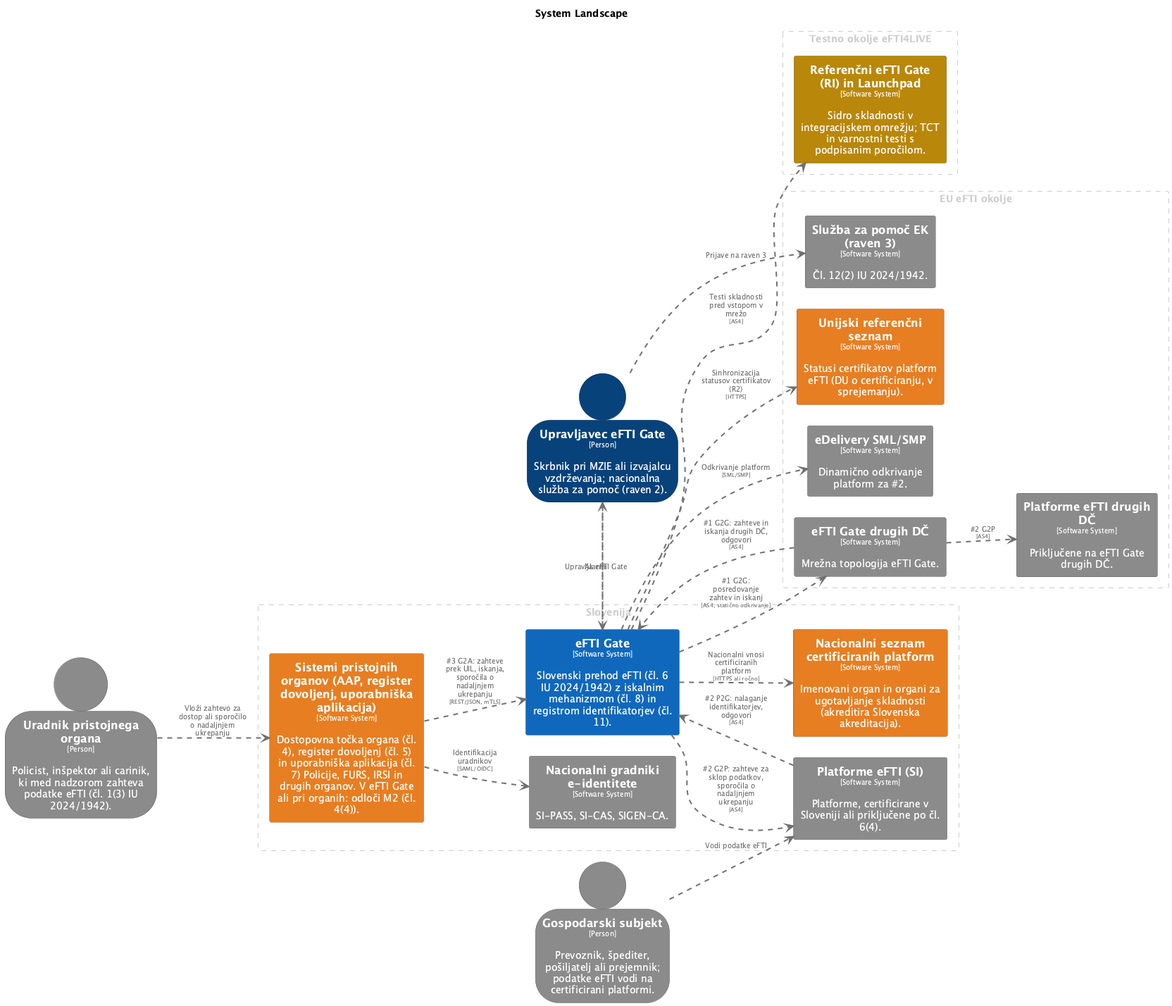
Earlier version of the PlantUML export architecture/diagrams/structurizr-C0-Pokrajina.png (UM-KGPI/eFTI-Gate-SI).
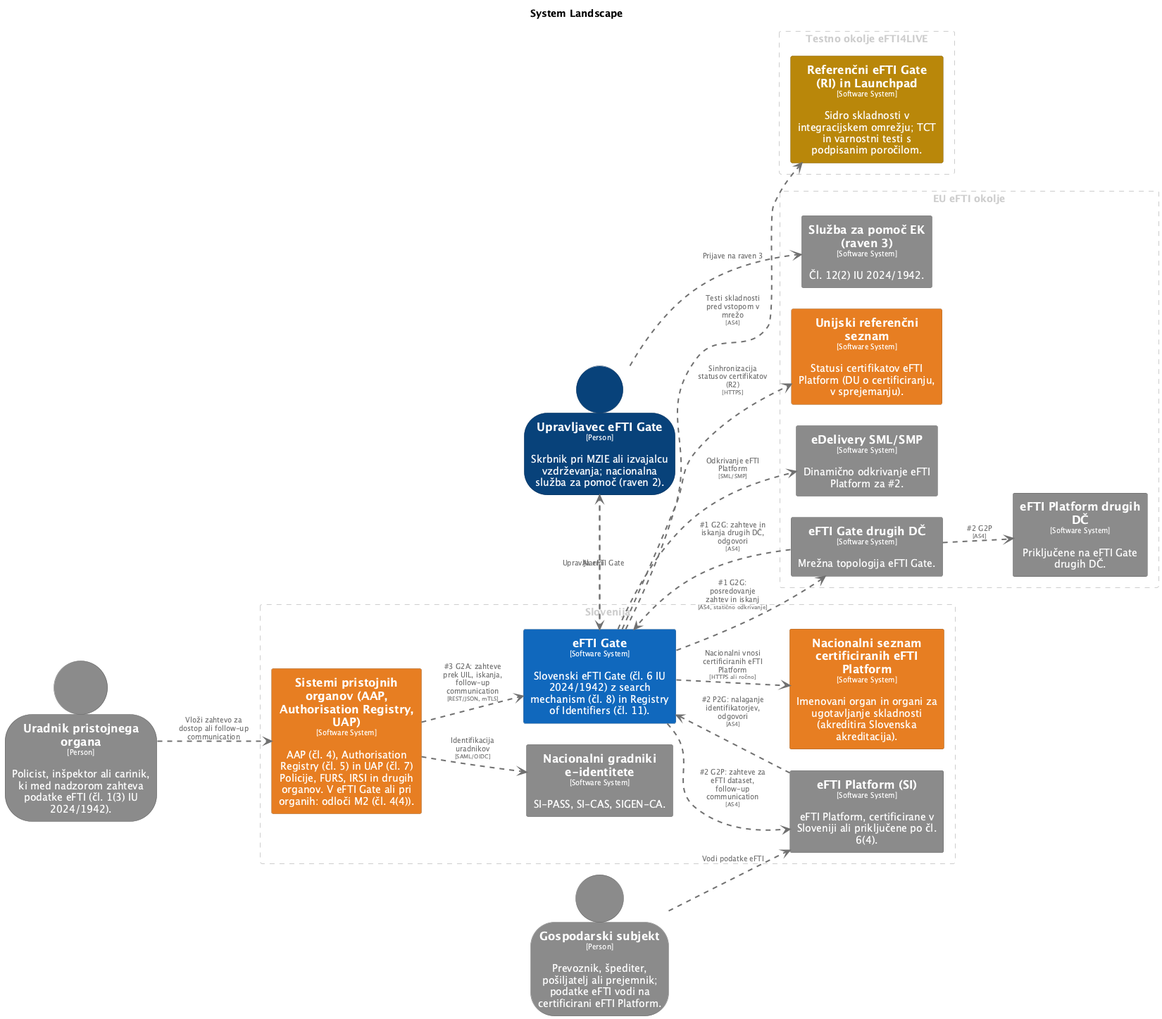
After the change.

The edit, as a diff of the source:
```diff
@@ -27,22 +27,10 @@
   BorderColor #606060
   shadowing false
 }
-skinparam rectangle<<Nacionalniseznamcertificiranihplatform>> {
+skinparam rectangle<<NacionalniseznamcertificiraniheFTIPlatform>> {
   BackgroundColor #e67e22
   FontColor #ffffff
   BorderColor #a15817
-  shadowing false
-}
-skinparam rectangle<<PlatformeeFTISI>> {
-  BackgroundColor #8a8a8a
-  FontColor #ffffff
-  BorderColor #606060
-  shadowing false
-}
-skinparam rectangle<<PlatformeeFTIdrugihDČ>> {
-  BackgroundColor #8a8a8a
-  FontColor #ffffff
-  BorderColor #606060
   shadowing false
 }
 skinparam rectangle<<ReferenčnieFTIGateRIinLaunchpad>> {
@@ -51,7 +39,7 @@
   BorderColor #805d07
   shadowing false
 }
-skinparam rectangle<<SistemipristojnihorganovAAPregisterdovoljenjuporabniškaaplikacija>> {
+skinparam rectangle<<SistemipristojnihorganovAAPAuthorisationRegistryUAP>> {
   BackgroundColor #e67e22
   FontColor #ffffff
   BorderColor #a15817
@@ -99,6 +87,18 @@
   BorderColor #606060
   shadowing false
 }
+skinparam rectangle<<eFTIPlatformSI>> {
+  BackgroundColor #8a8a8a
+  FontColor #ffffff
+  BorderColor #606060
+  shadowing false
+}
+skinparam rectangle<<eFTIPlatformdrugihDČ>> {
+  BackgroundColor #8a8a8a
+  FontColor #ffffff
+  BorderColor #606060
+  shadowing false
+}
 
 rectangle "EU eFTI okolje" <<group1>> as group1 {
   skinparam RectangleBorderColor<<group1>> #cccccc
@@ -106,9 +106,9 @@
   skinparam RectangleBorderStyle<<group1>> dashed
 
   rectangle "==eFTI Gate drugih DČ\n<size:10>[Software System]</size>\n\nMrežna topologija eFTI Gate." <<eFTIGatedrugihDČ>> as eFTIGatedrugihDČ
-  rectangle "==Unijski referenčni seznam\n<size:10>[Software System]</size>\n\nStatusi certifikatov platform eFTI (DU o certificiranju, v sprejemanju)." <<Unijskireferenčniseznam>> as Unijskireferenčniseznam
-  rectangle "==eDelivery SML/SMP\n<size:10>[Software System]</size>\n\nDinamično odkrivanje platform za #2." <<eDeliverySMLSMP>> as eDeliverySMLSMP
-  rectangle "==Platforme eFTI drugih DČ\n<size:10>[Software System]</size>\n\nPriključene na eFTI Gate drugih DČ." <<PlatformeeFTIdrugihDČ>> as PlatformeeFTIdrugihDČ
+  rectangle "==Unijski referenčni seznam\n<size:10>[Software System]</size>\n\nStatusi certifikatov eFTI Platform (DU o certificiranju, v sprejemanju)." <<Unijskireferenčniseznam>> as Unijskireferenčniseznam
+  rectangle "==eDelivery SML/SMP\n<size:10>[Software System]</size>\n\nDinamično odkrivanje eFTI Platform za #2." <<eDeliverySMLSMP>> as eDeliverySMLSMP
+  rectangle "==eFTI Platform drugih DČ\n<size:10>[Software System]</size>\n\nPriključene na eFTI Gate drugih DČ." <<eFTIPlatformdrugihDČ>> as eFTIPlatformdrugihDČ
   rectangle "==Služba za pomoč EK (raven 3)\n<size:10>[Software System]</size>\n\nČl. 12(2) IU 2024/1942." <<SlužbazapomočEKraven3>> as SlužbazapomočEKraven3
 }
 
@@ -117,11 +117,11 @@
   skinparam RectangleFontColor<<group2>> #cccccc
   skinparam RectangleBorderStyle<<group2>> dashed
 
-  rectangle "==Sistemi pristojnih organov (AAP, register dovoljenj, uporabniška aplikacija)\n<size:10>[Software System]</size>\n\nDostopovna točka organa (čl. 4), register dovoljenj (čl. 5) in uporabniška aplikacija (čl. 7) Policije, FURS, IRSI in drugih organov. V eFTI Gate ali pri organih: odloči M2 (čl. 4(4))." <<SistemipristojnihorganovAAPregisterdovoljenjuporabniškaaplikacija>> as SistemipristojnihorganovAAPregisterdovoljenjuporabniškaaplikacija
-  rectangle "==Platforme eFTI (SI)\n<size:10>[Software System]</size>\n\nPlatforme, certificirane v Sloveniji ali priključene po čl. 6(4)." <<PlatformeeFTISI>> as PlatformeeFTISI
+  rectangle "==Sistemi pristojnih organov (AAP, Authorisation Registry, UAP)\n<size:10>[Software System]</size>\n\nAAP (čl. 4), Authorisation Registry (čl. 5) in UAP (čl. 7) Policije, FURS, IRSI in drugih organov. V eFTI Gate ali pri organih: odloči M2 (čl. 4(4))." <<SistemipristojnihorganovAAPAuthorisationRegistryUAP>> as SistemipristojnihorganovAAPAuthorisationRegistryUAP
+  rectangle "==eFTI Platform (SI)\n<size:10>[Software System]</size>\n\neFTI Platform, certificirane v Sloveniji ali priključene po čl. 6(4)." <<eFTIPlatformSI>> as eFTIPlatformSI
   rectangle "==Nacionalni gradniki e-identitete\n<size:10>[Software System]</size>\n\nSI-PASS, SI-CAS, SIGEN-CA." <<Nacionalnigradnikieidentitete>> as Nacionalnigradnikieidentitete
-  rectangle "==Nacionalni seznam certificiranih platform\n<size:10>[Software System]</size>\n\nImenovani organ in organi za ugotavljanje skladnosti (akreditira Slovenska akreditacija)." <<Nacionalniseznamcertificiranihplatform>> as Nacionalniseznamcertificiranihplatform
-  rectangle "==eFTI Gate\n<size:10>[Software System]</size>\n\nSlovenski prehod eFTI (čl. 6 IU 2024/1942) z iskalnim mehanizmom (čl. 8) in registrom identifikatorjev (čl. 11)." <<eFTIGate>> as eFTIGate
+  rectangle "==Nacionalni seznam certificiranih eFTI Platform\n<size:10>[Software System]</size>\n\nImenovani organ in organi za ugotavljanje skladnosti (akreditira Slovenska akreditacija)." <<NacionalniseznamcertificiraniheFTIPlatform>> as NacionalniseznamcertificiraniheFTIPlatform
+  rectangle "==eFTI Gate\n<size:10>[Software System]</size>\n\nSlovenski eFTI Gate (čl. 6 IU 2024/1942) z search mechanism (čl. 8) in Registry of Identifiers (čl. 11)." <<eFTIGate>> as eFTIGate
 }
 
 rectangle "Testno okolje eFTI4LIVE" <<group3>> as group3 {
@@ -134,22 +134,22 @@
 
 person "==Uradnik pristojnega organa\n<size:10>[Person]</size>\n\nPolicist, inšpektor ali carinik, ki med nadzorom zahteva podatke eFTI (čl. 1(3) IU 2024/1942)." <<Uradnikpristojnegaorgana>> as Uradnikpristojnegaorgana
 person "==Upravljavec eFTI Gate\n<size:10>[Person]</size>\n\nSkrbnik pri MZIE ali izvajalcu vzdrževanja; nacionalna služba za pomoč (raven 2)." <<UpravljaveceFTIGate>> as UpravljaveceFTIGate
-person "==Gospodarski subjekt\n<size:10>[Person]</size>\n\nPrevoznik, špediter, pošiljatelj ali prejemnik; podatke eFTI vodi na certificirani platformi." <<Gospodarskisubjekt>> as Gospodarskisubjekt
+person "==Gospodarski subjekt\n<size:10>[Person]</size>\n\nPrevoznik, špediter, pošiljatelj ali prejemnik; podatke eFTI vodi na certificirani eFTI Platform." <<Gospodarskisubjekt>> as Gospodarskisubjekt
 
-Uradnikpristojnegaorgana .[#707070,thickness=2].> SistemipristojnihorganovAAPregisterdovoljenjuporabniškaaplikacija : "<color:#707070>Vloži zahtevo za dostop ali sporočilo o nadaljnjem ukrepanju"
-Gospodarskisubjekt .[#707070,thickness=2].> PlatformeeFTISI : "<color:#707070>Vodi podatke eFTI"
+Uradnikpristojnegaorgana .[#707070,thickness=2].> SistemipristojnihorganovAAPAuthorisationRegistryUAP : "<color:#707070>Vloži zahtevo za dostop ali follow-up communication"
+Gospodarskisubjekt .[#707070,thickness=2].> eFTIPlatformSI : "<color:#707070>Vodi podatke eFTI"
 UpravljaveceFTIGate .[#707070,thickness=2].> eFTIGate : "<color:#707070>Upravlja eFTI Gate"
 eFTIGate .[#707070,thickness=2].> UpravljaveceFTIGate : "<color:#707070>Alarmi"
 UpravljaveceFTIGate .[#707070,thickness=2].> SlužbazapomočEKraven3 : "<color:#707070>Prijave na raven 3"
-SistemipristojnihorganovAAPregisterdovoljenjuporabniškaaplikacija .[#707070,thickness=2].> eFTIGate : "<color:#707070>#3 G2A: zahteve prek UIL, iskanja, sporočila o nadaljnjem ukrepanju\n<color:#707070><size:8>[REST/JSON, mTLS]</size>"
-SistemipristojnihorganovAAPregisterdovoljenjuporabniškaaplikacija .[#707070,thickness=2].> Nacionalnigradnikieidentitete : "<color:#707070>Identifikacija uradnikov\n<color:#707070><size:8>[SAML/OIDC]</size>"
-eFTIGate .[#707070,thickness=2].> PlatformeeFTISI : "<color:#707070>#2 G2P: zahteve za sklop podatkov, sporočila o nadaljnjem ukrepanju\n<color:#707070><size:8>[AS4]</size>"
-PlatformeeFTISI .[#707070,thickness=2].> eFTIGate : "<color:#707070>#2 P2G: nalaganje identifikatorjev, odgovori\n<color:#707070><size:8>[AS4]</size>"
+SistemipristojnihorganovAAPAuthorisationRegistryUAP .[#707070,thickness=2].> eFTIGate : "<color:#707070>#3 G2A: zahteve prek UIL, iskanja, follow-up communication\n<color:#707070><size:8>[REST/JSON, mTLS]</size>"
+SistemipristojnihorganovAAPAuthorisationRegistryUAP .[#707070,thickness=2].> Nacionalnigradnikieidentitete : "<color:#707070>Identifikacija uradnikov\n<color:#707070><size:8>[SAML/OIDC]</size>"
+eFTIGate .[#707070,thickness=2].> eFTIPlatformSI : "<color:#707070>#2 G2P: zahteve za eFTI dataset, follow-up communication\n<color:#707070><size:8>[AS4]</size>"
+eFTIPlatformSI .[#707070,thickness=2].> eFTIGate : "<color:#707070>#2 P2G: nalaganje identifikatorjev, odgovori\n<color:#707070><size:8>[AS4]</size>"
 eFTIGate .[#707070,thickness=2].> eFTIGatedrugihDČ : "<color:#707070>#1 G2G: posredovanje zahtev in iskanj\n<color:#707070><size:8>[AS4, statično odkrivanje]</size>"
 eFTIGatedrugihDČ .[#707070,thickness=2].> eFTIGate : "<color:#707070>#1 G2G: zahteve in iskanja drugih DČ, odgovori\n<color:#707070><size:8>[AS4]</size>"
-eFTIGatedrugihDČ .[#707070,thickness=2].> PlatformeeFTIdrugihDČ : "<color:#707070>#2 G2P\n<color:#707070><size:8>[AS4]</size>"
-eFTIGate .[#707070,thickness=2].> eDeliverySMLSMP : "<color:#707070>Odkrivanje platform\n<color:#707070><size:8>[SML/SMP]</size>"
+eFTIGatedrugihDČ .[#707070,thickness=2].> eFTIPlatformdrugihDČ : "<color:#707070>#2 G2P\n<color:#707070><size:8>[AS4]</size>"
+eFTIGate .[#707070,thickness=2].> eDeliverySMLSMP : "<color:#707070>Odkrivanje eFTI Platform\n<color:#707070><size:8>[SML/SMP]</size>"
 eFTIGate .[#707070,thickness=2].> Unijskireferenčniseznam : "<color:#707070>Sinhronizacija statusov certifikatov (R2)\n<color:#707070><size:8>[HTTPS]</size>"
-eFTIGate .[#707070,thickness=2].> Nacionalniseznamcertificiranihplatform : "<color:#707070>Nacionalni vnosi certificiranih platform\n<color:#707070><size:8>[HTTPS ali ročno]</size>"
+eFTIGate .[#707070,thickness=2].> NacionalniseznamcertificiraniheFTIPlatform : "<color:#707070>Nacionalni vnosi certificiranih eFTI Platform\n<color:#707070><size:8>[HTTPS ali ročno]</size>"
 eFTIGate .[#707070,thickness=2].> ReferenčnieFTIGateRIinLaunchpad : "<color:#707070>Testi skladnosti pred vstopom v mrežo\n<color:#707070><size:8>[AS4]</size>"
 @enduml
```
